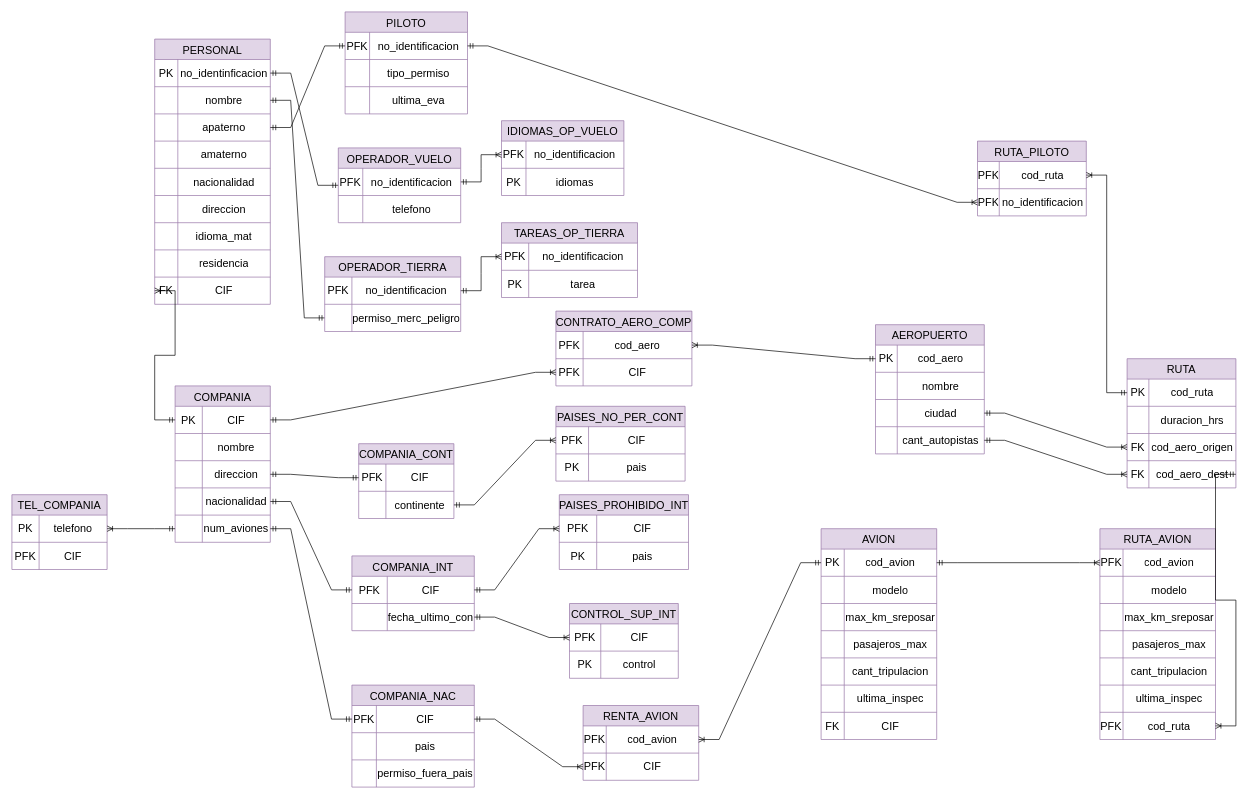
This is Modelo Relacion Aeropuerto TBD.drawio from misiomishi/itcj, a draw.io file, before an edit. Source tidied: cells renumbered, new cells numbered last; positions are measured from the earlier drawing's top-left corner, leaving out a move shared by most shapes. Both pictures are drawn from the tidied source at 68%, with x=0, y=0 at pixel (12, 12).
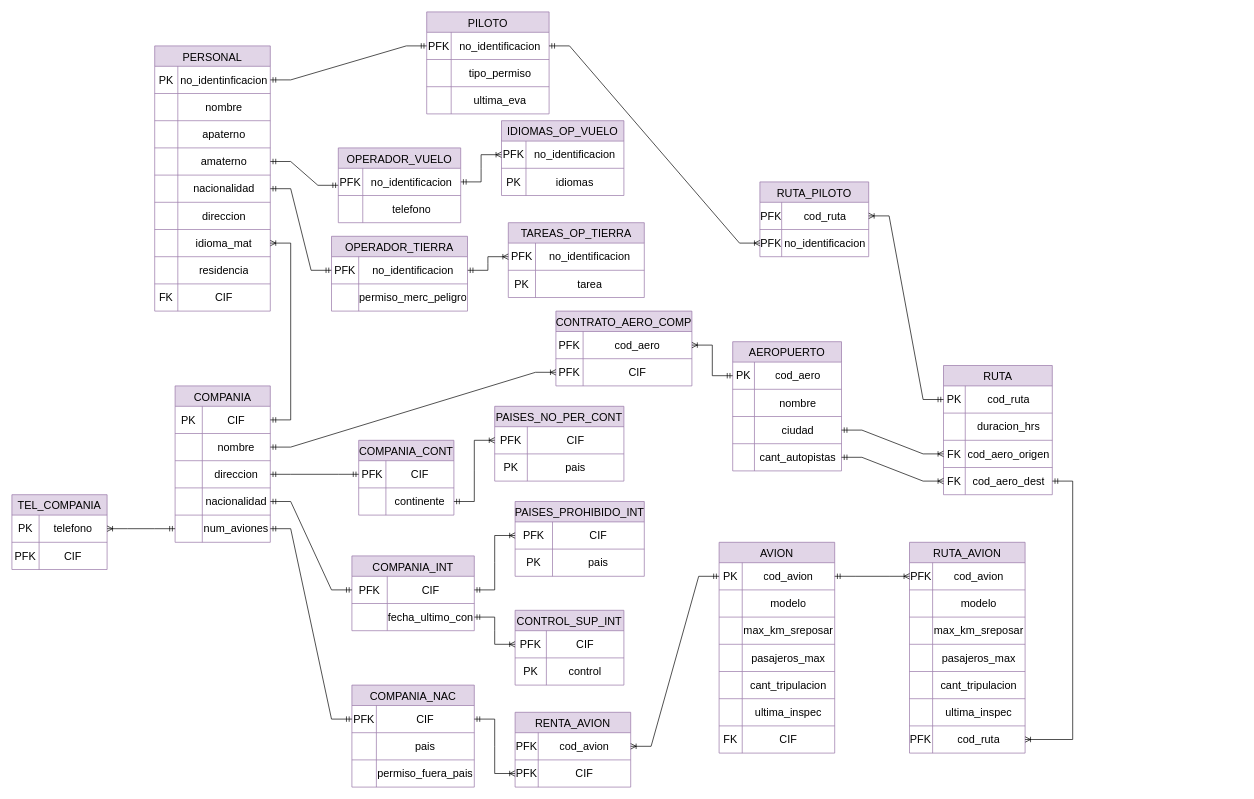
The same diagram, later.

Unchanged cells that the change refers to:
```xml
<mxCell id="3" style="shape=tableRow;horizontal=0;startSize=0;swimlaneHead=0;swimlaneBody=0;strokeColor=inherit;top=0;left=0;bottom=0;right=0;fillColor=none;points=[[0,0.5],[1,0.5]];portConstraint=eastwest;fontSize=16;" parent="2" vertex="1">
  <mxGeometry y="30" width="140" height="40" as="geometry" />
</mxCell>
<mxCell id="6" style="shape=tableRow;horizontal=0;startSize=0;swimlaneHead=0;swimlaneBody=0;strokeColor=inherit;top=0;left=0;bottom=0;right=0;fillColor=none;points=[[0,0.5],[1,0.5]];portConstraint=eastwest;fontSize=16;" parent="2" vertex="1">
  <mxGeometry y="70" width="140" height="40" as="geometry" />
</mxCell>
<mxCell id="71" style="shape=tableRow;horizontal=0;startSize=0;swimlaneHead=0;swimlaneBody=0;strokeColor=inherit;top=0;left=0;bottom=0;right=0;fillColor=none;points=[[0,0.5],[1,0.5]];portConstraint=eastwest;fontSize=16;" parent="70" vertex="1">
  <mxGeometry y="30" width="170" height="40" as="geometry" />
</mxCell>
<mxCell id="74" style="shape=tableRow;horizontal=0;startSize=0;swimlaneHead=0;swimlaneBody=0;strokeColor=inherit;top=0;left=0;bottom=0;right=0;fillColor=none;points=[[0,0.5],[1,0.5]];portConstraint=eastwest;fontSize=16;" parent="70" vertex="1">
  <mxGeometry y="70" width="170" height="40" as="geometry" />
</mxCell>
<mxCell id="77" style="shape=tableRow;horizontal=0;startSize=0;swimlaneHead=0;swimlaneBody=0;strokeColor=inherit;top=0;left=0;bottom=0;right=0;fillColor=none;points=[[0,0.5],[1,0.5]];portConstraint=eastwest;fontSize=16;" parent="70" vertex="1">
  <mxGeometry y="110" width="170" height="40" as="geometry" />
</mxCell>
<mxCell id="80" style="shape=tableRow;horizontal=0;startSize=0;swimlaneHead=0;swimlaneBody=0;strokeColor=inherit;top=0;left=0;bottom=0;right=0;fillColor=none;points=[[0,0.5],[1,0.5]];portConstraint=eastwest;fontSize=16;" parent="70" vertex="1">
  <mxGeometry y="150" width="170" height="40" as="geometry" />
</mxCell>
<mxCell id="83" style="shape=tableRow;horizontal=0;startSize=0;swimlaneHead=0;swimlaneBody=0;strokeColor=inherit;top=0;left=0;bottom=0;right=0;fillColor=none;points=[[0,0.5],[1,0.5]];portConstraint=eastwest;fontSize=16;" parent="70" vertex="1">
  <mxGeometry y="190" width="170" height="40" as="geometry" />
</mxCell>
<mxCell id="89" style="shape=tableRow;horizontal=0;startSize=0;swimlaneHead=0;swimlaneBody=0;strokeColor=inherit;top=0;left=0;bottom=0;right=0;fillColor=none;points=[[0,0.5],[1,0.5]];portConstraint=eastwest;fontSize=16;" parent="70" vertex="1">
  <mxGeometry y="270" width="170" height="40" as="geometry" />
</mxCell>
<mxCell id="95" style="shape=tableRow;horizontal=0;startSize=0;swimlaneHead=0;swimlaneBody=0;strokeColor=inherit;top=0;left=0;bottom=0;right=0;fillColor=none;points=[[0,0.5],[1,0.5]];portConstraint=eastwest;fontSize=16;" parent="70" vertex="1">
  <mxGeometry y="350" width="170" height="40" as="geometry" />
</mxCell>
<mxCell id="113" style="shape=tableRow;horizontal=0;startSize=0;swimlaneHead=0;swimlaneBody=0;strokeColor=inherit;top=0;left=0;bottom=0;right=0;fillColor=none;points=[[0,0.5],[1,0.5]];portConstraint=eastwest;fontSize=16;" parent="112" vertex="1">
  <mxGeometry y="30" width="180" height="40" as="geometry" />
</mxCell>
<mxCell id="136" style="shape=tableRow;horizontal=0;startSize=0;swimlaneHead=0;swimlaneBody=0;strokeColor=inherit;top=0;left=0;bottom=0;right=0;fillColor=none;points=[[0,0.5],[1,0.5]];portConstraint=eastwest;fontSize=16;" parent="135" vertex="1">
  <mxGeometry y="30" width="170" height="40" as="geometry" />
</mxCell>
<mxCell id="167" style="shape=tableRow;horizontal=0;startSize=0;swimlaneHead=0;swimlaneBody=0;strokeColor=inherit;top=0;left=0;bottom=0;right=0;fillColor=none;points=[[0,0.5],[1,0.5]];portConstraint=eastwest;fontSize=16;" parent="157" vertex="1">
  <mxGeometry y="150" width="160" height="40" as="geometry" />
</mxCell>
<mxCell id="184" style="shape=tableRow;horizontal=0;startSize=0;swimlaneHead=0;swimlaneBody=0;strokeColor=inherit;top=0;left=0;bottom=0;right=0;fillColor=none;points=[[0,0.5],[1,0.5]];portConstraint=eastwest;fontSize=16;" parent="180" vertex="1">
  <mxGeometry y="70" width="200" height="40" as="geometry" />
</mxCell>
<mxCell id="190" style="shape=tableRow;horizontal=0;startSize=0;swimlaneHead=0;swimlaneBody=0;strokeColor=inherit;top=0;left=0;bottom=0;right=0;fillColor=none;points=[[0,0.5],[1,0.5]];portConstraint=eastwest;fontSize=16;" parent="189" vertex="1">
  <mxGeometry y="30" width="170" height="40" as="geometry" />
</mxCell>
<mxCell id="215" style="shape=tableRow;horizontal=0;startSize=0;swimlaneHead=0;swimlaneBody=0;strokeColor=inherit;top=0;left=0;bottom=0;right=0;fillColor=none;points=[[0,0.5],[1,0.5]];portConstraint=eastwest;fontSize=16;" parent="196" vertex="1">
  <mxGeometry y="270" width="170" height="40" as="geometry" />
</mxCell>
<mxCell id="236" value="OPERADOR_VUELO" style="shape=table;startSize=30;childLayout=tableLayout;strokeColor=#9673a6;fontSize=16;fillColor=#e1d5e7;" parent="1" vertex="1">
  <mxGeometry x="480" y="200" width="180" height="110" as="geometry" />
</mxCell>
<mxCell id="244" style="shape=tableRow;horizontal=0;startSize=0;swimlaneHead=0;swimlaneBody=0;strokeColor=inherit;top=0;left=0;bottom=0;right=0;fillColor=none;points=[[0,0.5],[1,0.5]];portConstraint=eastwest;fontSize=16;" parent="243" vertex="1">
  <mxGeometry y="30" width="200" height="40" as="geometry" />
</mxCell>
<mxCell id="247" style="shape=tableRow;horizontal=0;startSize=0;swimlaneHead=0;swimlaneBody=0;strokeColor=inherit;top=0;left=0;bottom=0;right=0;fillColor=none;points=[[0,0.5],[1,0.5]];portConstraint=eastwest;fontSize=16;" parent="243" vertex="1">
  <mxGeometry y="70" width="200" height="40" as="geometry" />
</mxCell>
```

Diff of the diagram source:
```diff
@@
     <mxCell id="25" value="COMPANIA_CONT" style="shape=table;startSize=30;childLayout=tableLayout;strokeColor=#9673a6;fontSize=16;fillColor=#e1d5e7;" parent="1" vertex="1">
-      <mxGeometry x="510" y="635" width="140" height="110" as="geometry" />
+      <mxGeometry x="510" y="630" width="140" height="110" as="geometry" />
     </mxCell>
@@
     <mxCell id="32" value="PAISES_NO_PER_CONT" style="shape=table;startSize=30;childLayout=tableLayout;strokeColor=#9673a6;fontSize=16;fillColor=#e1d5e7;" parent="1" vertex="1">
-      <mxGeometry x="800" y="580" width="190" height="110" as="geometry" />
+      <mxGeometry x="710" y="580" width="190" height="110" as="geometry" />
     </mxCell>
@@
     <mxCell id="46" value="PAISES_PROHIBIDO_INT" style="shape=table;startSize=30;childLayout=tableLayout;strokeColor=#9673a6;fontSize=16;fillColor=#e1d5e7;" parent="1" vertex="1">
-      <mxGeometry x="805" y="710" width="190" height="110" as="geometry" />
+      <mxGeometry x="740" y="720" width="190" height="110" as="geometry" />
     </mxCell>
@@
     <mxCell id="53" value="CONTROL_SUP_INT" style="shape=table;startSize=30;childLayout=tableLayout;strokeColor=#9673a6;fontSize=16;fillColor=#e1d5e7;" parent="1" vertex="1">
-      <mxGeometry x="820" y="870" width="160" height="110" as="geometry" />
+      <mxGeometry x="740" y="880" width="160" height="110" as="geometry" />
     </mxCell>
@@
     <mxCell id="70" value="PERSONAL" style="shape=table;startSize=30;childLayout=tableLayout;strokeColor=#9673a6;fontSize=16;fillColor=#e1d5e7;" parent="1" vertex="1">
-      <mxGeometry x="210" y="40" width="170" height="390" as="geometry" />
+      <mxGeometry x="210" y="50" width="170" height="390" as="geometry" />
     </mxCell>
@@
     <mxCell id="105" value="TAREAS_OP_TIERRA" style="shape=table;startSize=30;childLayout=tableLayout;strokeColor=#9673a6;fontSize=16;fillColor=#e1d5e7;" parent="1" vertex="1">
-      <mxGeometry x="720" y="310" width="200" height="110" as="geometry" />
+      <mxGeometry x="730" y="310" width="200" height="110" as="geometry" />
     </mxCell>
@@
     <mxCell id="112" value="PILOTO" style="shape=table;startSize=30;childLayout=tableLayout;strokeColor=#9673a6;fontSize=16;fillColor=#e1d5e7;" parent="1" vertex="1">
-      <mxGeometry x="490" width="180" height="150" as="geometry" />
+      <mxGeometry x="610" width="180" height="150" as="geometry" />
     </mxCell>
@@
     <mxCell id="122" value="AEROPUERTO" style="shape=table;startSize=30;childLayout=tableLayout;strokeColor=#9673a6;fontSize=16;fillColor=#e1d5e7;" parent="1" vertex="1">
-      <mxGeometry x="1270" y="460" width="160" height="190" as="geometry" />
+      <mxGeometry x="1060" y="485" width="160" height="190" as="geometry" />
     </mxCell>
@@
     <mxCell id="135" value="AVION" style="shape=table;startSize=30;childLayout=tableLayout;strokeColor=#9673a6;fontSize=16;fillColor=#e1d5e7;" parent="1" vertex="1">
-      <mxGeometry x="1190" y="760" width="170" height="310" as="geometry" />
+      <mxGeometry x="1040" y="780" width="170" height="310" as="geometry" />
     </mxCell>
@@
     <mxCell id="157" value="RUTA" style="shape=table;startSize=30;childLayout=tableLayout;strokeColor=#9673a6;fontSize=16;fillColor=#e1d5e7;" parent="1" vertex="1">
-      <mxGeometry x="1640" y="510" width="160" height="190" as="geometry" />
+      <mxGeometry x="1370" y="520" width="160" height="190" as="geometry" />
     </mxCell>
@@
-    <mxCell id="178" style="edgeStyle=entityRelationEdgeStyle;fontSize=12;html=1;endArrow=ERmandOne;startArrow=ERmandOne;rounded=0;exitX=1;exitY=0.5;exitDx=0;exitDy=0;entryX=0;entryY=0.5;entryDx=0;entryDy=0;" parent="1" edge="1" source="74" target="247">
+    <mxCell id="178" style="edgeStyle=entityRelationEdgeStyle;fontSize=12;html=1;endArrow=ERmandOne;startArrow=ERmandOne;rounded=0;exitX=1;exitY=0.5;exitDx=0;exitDy=0;entryX=0;entryY=0.5;entryDx=0;entryDy=0;" parent="1" edge="1" source="83" target="244">
       <mxGeometry relative="1" as="geometry" />
     </mxCell>
-    <mxCell id="179" style="edgeStyle=entityRelationEdgeStyle;fontSize=12;html=1;endArrow=ERmandOne;startArrow=ERmandOne;rounded=0;exitX=1;exitY=0.5;exitDx=0;exitDy=0;entryX=0;entryY=0.5;entryDx=0;entryDy=0;" parent="1" edge="1" source="77" target="113">
+    <mxCell id="179" style="edgeStyle=entityRelationEdgeStyle;fontSize=12;html=1;endArrow=ERmandOne;startArrow=ERmandOne;rounded=0;exitX=1;exitY=0.5;exitDx=0;exitDy=0;entryX=0;entryY=0.5;entryDx=0;entryDy=0;" parent="1" edge="1" source="71" target="113">
       <mxGeometry relative="1" as="geometry" />
     </mxCell>
@@
-    <mxCell id="188" style="edgeStyle=entityRelationEdgeStyle;fontSize=12;html=1;endArrow=ERoneToMany;startArrow=ERmandOne;rounded=0;entryX=0;entryY=0.5;entryDx=0;entryDy=0;exitX=1;exitY=0.5;exitDx=0;exitDy=0;" parent="1" edge="1" source="3" target="184">
+    <mxCell id="188" style="edgeStyle=entityRelationEdgeStyle;fontSize=12;html=1;endArrow=ERoneToMany;startArrow=ERmandOne;rounded=0;entryX=0;entryY=0.5;entryDx=0;entryDy=0;exitX=1;exitY=0.5;exitDx=0;exitDy=0;" parent="1" edge="1" source="6" target="184">
       <mxGeometry relative="1" as="geometry" />
     </mxCell>
     <mxCell id="189" value="RENTA_AVION" style="shape=table;startSize=30;childLayout=tableLayout;strokeColor=#9673a6;fontSize=16;fillColor=#e1d5e7;" parent="1" vertex="1">
-      <mxGeometry x="840" y="1020" width="170" height="110" as="geometry" />
+      <mxGeometry x="740" y="1030" width="170" height="110" as="geometry" />
     </mxCell>
@@
     <mxCell id="196" value="RUTA_AVION" style="shape=table;startSize=30;childLayout=tableLayout;strokeColor=#9673a6;fontSize=16;fillColor=#e1d5e7;" parent="1" vertex="1">
-      <mxGeometry x="1600" y="760" width="170" height="310" as="geometry" />
+      <mxGeometry x="1320" y="780" width="170" height="310" as="geometry" />
     </mxCell>
@@
     <mxCell id="218" value="RUTA_PILOTO" style="shape=table;startSize=30;childLayout=tableLayout;strokeColor=#9673a6;fontSize=16;fillColor=#e1d5e7;" parent="1" vertex="1">
-      <mxGeometry x="1420" y="190" width="160" height="110" as="geometry" />
+      <mxGeometry x="1100" y="250" width="160" height="110" as="geometry" />
     </mxCell>
@@
     <mxCell id="227" style="edgeStyle=entityRelationEdgeStyle;fontSize=12;html=1;endArrow=ERoneToMany;startArrow=ERmandOne;rounded=0;exitX=0;exitY=0.5;exitDx=0;exitDy=0;entryX=1;entryY=0.5;entryDx=0;entryDy=0;" parent="1" edge="1" source="136" target="190">
-      <mxGeometry relative="1" as="geometry" />
+      <mxGeometry relative="1" as="geometry">
+        <Array as="points">
+          <mxPoint x="1040" y="1040" />
+          <mxPoint x="1040" y="1000" />
+          <mxPoint x="1020" y="900" />
+        </Array>
+      </mxGeometry>
     </mxCell>
@@
-    <mxCell id="229" style="edgeStyle=entityRelationEdgeStyle;fontSize=12;html=1;endArrow=ERoneToMany;startArrow=ERmandOne;rounded=0;entryX=1;entryY=0.5;entryDx=0;entryDy=0;exitX=1;exitY=0.5;exitDx=0;exitDy=0;" parent="1" edge="1" source="167" target="215">
+    <mxCell id="229" style="edgeStyle=entityRelationEdgeStyle;fontSize=12;html=1;endArrow=ERoneToMany;startArrow=ERmandOne;rounded=0;entryX=1;entryY=0.5;entryDx=0;entryDy=0;" parent="1" edge="1" target="215">
       <mxGeometry relative="1" as="geometry">
+        <mxPoint x="1530" y="690" as="sourcePoint" />
         <Array as="points">
           <mxPoint x="1820" y="860" />
         </Array>
       </mxGeometry>
     </mxCell>
@@
-    <mxCell id="233" style="edgeStyle=entityRelationEdgeStyle;fontSize=12;html=1;endArrow=ERoneToMany;startArrow=ERmandOne;rounded=0;entryX=0;entryY=0.5;entryDx=0;entryDy=0;exitX=0;exitY=0.5;exitDx=0;exitDy=0;" parent="1" edge="1" source="3" target="95">
+    <mxCell id="233" style="edgeStyle=entityRelationEdgeStyle;fontSize=12;html=1;endArrow=ERoneToMany;startArrow=ERmandOne;rounded=0;entryX=1;entryY=0.5;entryDx=0;entryDy=0;exitX=1;exitY=0.5;exitDx=0;exitDy=0;" parent="1" edge="1" source="3" target="89">
       <mxGeometry relative="1" as="geometry">
         <Array as="points">
           <mxPoint x="200" y="600" />
         </Array>
       </mxGeometry>
     </mxCell>
@@
-    <mxCell id="235" style="edgeStyle=entityRelationEdgeStyle;fontSize=12;html=1;endArrow=ERmandOne;startArrow=ERmandOne;rounded=0;exitX=1;exitY=0.5;exitDx=0;exitDy=0;entryX=0;entryY=0.5;entryDx=0;entryDy=0;" parent="1" edge="1" source="71" target="236">
+    <mxCell id="235" style="edgeStyle=entityRelationEdgeStyle;fontSize=12;html=1;endArrow=ERmandOne;startArrow=ERmandOne;rounded=0;exitX=1;exitY=0.5;exitDx=0;exitDy=0;entryX=0;entryY=0.5;entryDx=0;entryDy=0;" parent="1" edge="1" source="80" target="236">
       <mxGeometry relative="1" as="geometry" />
     </mxCell>
@@
     <mxCell id="243" value="OPERADOR_TIERRA" style="shape=table;startSize=30;childLayout=tableLayout;strokeColor=#9673a6;fontSize=16;fillColor=#e1d5e7;" parent="1" vertex="1">
-      <mxGeometry x="460" y="360" width="200" height="110" as="geometry" />
+      <mxGeometry x="470" y="330" width="200" height="110" as="geometry" />
     </mxCell>
```
